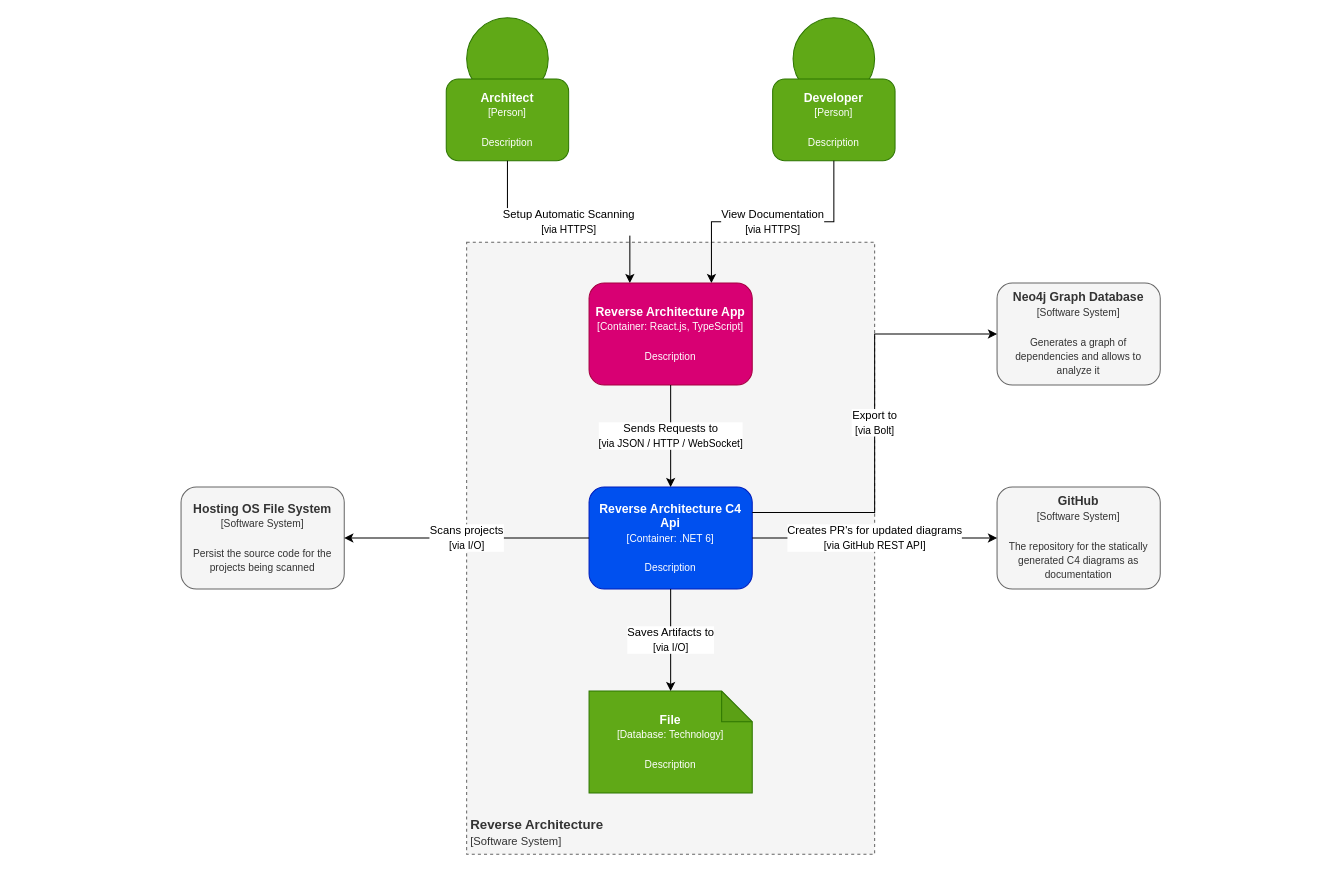
The draw.io diagram page "container" (2 of 4) of docs/architecture.drawio in JustMeGaaRa/reverse-architecture, before the edit. Source tidied: cells renumbered, new cells numbered last; positions are measured from the earlier drawing's top-left corner, leaving out a move shared by most shapes. Both pictures are drawn from the tidied source at 102%, with x=0, y=0 at pixel (181, 17).
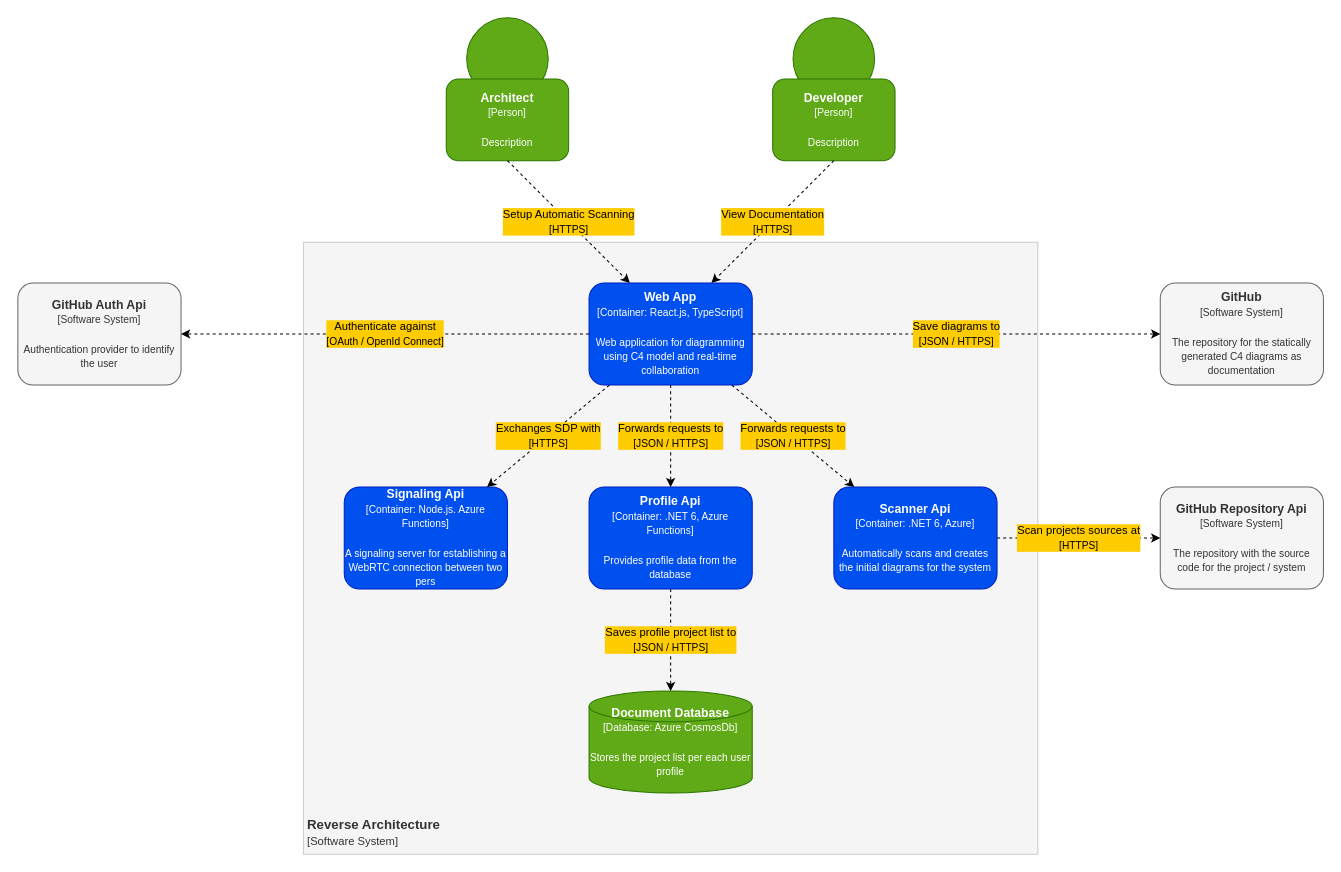
The same page after the edit.

The change refers to these unchanged cells:
```xml
<mxCell id="6" value="&lt;b&gt;Architect&lt;/b&gt;&lt;br&gt;&lt;font style=&quot;font-size: 10px&quot;&gt;[Person]&lt;br&gt;&lt;br&gt;Description&lt;/font&gt;" style="rounded=1;whiteSpace=wrap;html=1;fillColor=#60a917;strokeColor=#2D7600;fontColor=#ffffff;comic=0;" parent="4" vertex="1">
  <mxGeometry y="60" width="120" height="80" as="geometry" />
</mxCell>
<mxCell id="10" value="&lt;b&gt;Developer&lt;/b&gt;&lt;br&gt;&lt;font style=&quot;font-size: 10px&quot;&gt;[Person]&lt;br&gt;&lt;br&gt;Description&lt;/font&gt;" style="rounded=1;whiteSpace=wrap;html=1;fillColor=#60a917;strokeColor=#2D7600;fontColor=#ffffff;comic=0;" parent="8" vertex="1">
  <mxGeometry y="60" width="120" height="80" as="geometry" />
</mxCell>
```

What changed in the source:
```diff
@@
-    <mxCell id="2" value="&lt;b&gt;&lt;font style=&quot;font-size: 13px&quot;&gt;Reverse Architecture&lt;/font&gt;&lt;/b&gt;&lt;br style=&quot;font-size: 12px&quot;&gt;&lt;font style=&quot;font-size: 11px&quot;&gt;[Software System]&lt;/font&gt;" style="rounded=0;whiteSpace=wrap;html=1;dashed=1;verticalAlign=bottom;align=left;fontSize=12;fontColor=#333333;spacingBottom=4;spacingLeft=2;fillColor=#f5f5f5;strokeColor=#666666;" parent="1" vertex="1">
-      <mxGeometry x="280" y="220" width="400" height="600" as="geometry" />
+    <mxCell id="2" value="&lt;b&gt;&lt;font style=&quot;font-size: 13px&quot;&gt;Reverse Architecture&lt;/font&gt;&lt;/b&gt;&lt;br style=&quot;font-size: 12px&quot;&gt;&lt;font style=&quot;font-size: 11px&quot;&gt;[Software System]&lt;/font&gt;" style="rounded=0;whiteSpace=wrap;html=1;verticalAlign=bottom;align=left;fontSize=12;fontColor=#333333;spacingBottom=4;spacingLeft=2;fillColor=#f5f5f5;strokeColor=#CCCCCC;" parent="1" vertex="1">
+      <mxGeometry x="120" y="220" width="720" height="600" as="geometry" />
     </mxCell>
-    <mxCell id="3" value="&lt;b&gt;Reverse Architecture C4 Api&lt;br&gt;&lt;/b&gt;&lt;font style=&quot;font-size: 10px&quot;&gt;[Container: .NET 6]&lt;br&gt;&lt;br&gt;Description&lt;/font&gt;" style="rounded=1;whiteSpace=wrap;html=1;fillColor=#0050ef;strokeColor=#001DBC;fontColor=#ffffff;align=center;comic=0;" parent="1" vertex="1">
-      <mxGeometry x="400" y="460" width="160" height="100" as="geometry" />
+    <mxCell id="3" value="&lt;b&gt;Scanner Api&lt;br&gt;&lt;/b&gt;&lt;font style=&quot;font-size: 10px&quot;&gt;[Container: .NET 6, Azure]&lt;br&gt;&lt;br&gt;Automatically scans and creates the initial diagrams for the system&lt;/font&gt;" style="rounded=1;whiteSpace=wrap;html=1;fillColor=#0050ef;strokeColor=#001DBC;fontColor=#ffffff;align=center;comic=0;" parent="1" vertex="1">
+      <mxGeometry x="640" y="460" width="160" height="100" as="geometry" />
     </mxCell>
@@
-    <mxCell id="7" value="Setup Automatic Scanning&lt;br&gt;&lt;font style=&quot;font-size: 10px&quot;&gt;[via HTTPS]&lt;/font&gt;" style="endArrow=classic;html=1;edgeStyle=orthogonalEdgeStyle;rounded=0;flowAnimation=0;entryX=0.25;entryY=0;entryDx=0;entryDy=0;exitX=0.5;exitY=1;exitDx=0;exitDy=0;" parent="1" edge="1" source="6" target="17">
+    <mxCell id="7" value="Setup Automatic Scanning&lt;br&gt;&lt;font style=&quot;font-size: 10px&quot;&gt;[HTTPS]&lt;/font&gt;" style="endArrow=classic;html=1;rounded=0;flowAnimation=1;entryX=0.25;entryY=0;entryDx=0;entryDy=0;exitX=0.5;exitY=1;exitDx=0;exitDy=0;labelBackgroundColor=#FFCC00;dashed=1;" parent="1" edge="1" source="6" target="17">
       <mxGeometry relative="1" as="geometry" />
     </mxCell>
@@
-    <mxCell id="11" value="View Documentation&lt;br&gt;&lt;font style=&quot;font-size: 10px&quot;&gt;[via HTTPS]&lt;/font&gt;" style="endArrow=classic;html=1;edgeStyle=orthogonalEdgeStyle;rounded=0;flowAnimation=0;exitX=0.5;exitY=1;exitDx=0;exitDy=0;entryX=0.75;entryY=0;entryDx=0;entryDy=0;" parent="1" edge="1" source="10" target="17">
+    <mxCell id="11" value="View Documentation&lt;br&gt;&lt;font style=&quot;font-size: 10px&quot;&gt;[HTTPS]&lt;/font&gt;" style="endArrow=classic;html=1;rounded=0;flowAnimation=1;exitX=0.5;exitY=1;exitDx=0;exitDy=0;entryX=0.75;entryY=0;entryDx=0;entryDy=0;labelBackgroundColor=#FFCC00;dashed=1;" parent="1" edge="1" source="10" target="17">
       <mxGeometry relative="1" as="geometry" />
     </mxCell>
-    <mxCell id="12" value="&lt;b&gt;File&lt;/b&gt;&lt;br&gt;&lt;font style=&quot;font-size: 10px&quot;&gt;[Database: Technology]&lt;br&gt;&lt;br&gt;Description&lt;/font&gt;" style="shape=note;whiteSpace=wrap;html=1;backgroundOutline=1;darkOpacity=0.05;fillColor=#60a917;fontColor=#ffffff;strokeColor=#2D7600;" parent="1" vertex="1">
-      <mxGeometry x="400" y="660" width="160" height="100" as="geometry" />
-    </mxCell>
-    <mxCell id="13" value="&lt;b&gt;Hosting OS File System&lt;/b&gt;&lt;br&gt;&lt;font style=&quot;font-size: 10px&quot;&gt;[Software System]&lt;br&gt;&lt;br&gt;Persist the source code for the projects being scanned&lt;/font&gt;" style="rounded=1;whiteSpace=wrap;html=1;fillColor=#f5f5f5;strokeColor=#666666;fontColor=#333333;align=center;comic=0;" parent="1" vertex="1">
-      <mxGeometry y="460" width="160" height="100" as="geometry" />
-    </mxCell>
+    <mxCell id="17" value="&lt;b&gt;Web App&lt;br&gt;&lt;/b&gt;&lt;font style=&quot;font-size: 10px&quot;&gt;[Container: React.js, TypeScript]&lt;br&gt;&lt;br&gt;Web application for diagramming using C4 model and real-time collaboration&lt;/font&gt;" style="rounded=1;whiteSpace=wrap;html=1;fillColor=#0050ef;strokeColor=#001DBC;fontColor=#ffffff;align=center;comic=0;" parent="1" vertex="1">
+      <mxGeometry x="400" y="260" width="160" height="100" as="geometry" />
+    </mxCell>
+    <mxCell id="19" value="Saves profile project list to&lt;br&gt;&lt;font style=&quot;font-size: 10px&quot;&gt;[JSON / HTTPS]&lt;/font&gt;" style="endArrow=classic;html=1;rounded=0;flowAnimation=1;labelBackgroundColor=#FFCC00;dashed=1;" parent="1" edge="1" source="28" target="25">
+      <mxGeometry relative="1" as="geometry" />
+    </mxCell>
     <mxCell id="14" value="&lt;b&gt;GitHub&lt;/b&gt;&lt;br&gt;&lt;font style=&quot;font-size: 10px&quot;&gt;[Software System]&lt;br&gt;&lt;br&gt;The repository for the statically generated C4 diagrams as documentation&lt;/font&gt;" style="rounded=1;whiteSpace=wrap;html=1;fillColor=#f5f5f5;strokeColor=#666666;fontColor=#333333;align=center;comic=0;" parent="1" vertex="1">
-      <mxGeometry x="800" y="460" width="160" height="100" as="geometry" />
+      <mxGeometry x="960" y="260" width="160" height="100" as="geometry" />
     </mxCell>
-    <mxCell id="15" value="Scans projects&lt;br&gt;&lt;font style=&quot;font-size: 10px&quot;&gt;[via I/O]&lt;/font&gt;" style="endArrow=classic;html=1;edgeStyle=orthogonalEdgeStyle;rounded=0;flowAnimation=0;" parent="1" edge="1" source="3" target="13">
-      <mxGeometry relative="1" as="geometry" />
-    </mxCell>
-    <mxCell id="16" value="Creates PR's for updated diagrams&lt;br&gt;&lt;font style=&quot;font-size: 10px&quot;&gt;[via GitHub REST API]&lt;/font&gt;" style="endArrow=classic;html=1;edgeStyle=orthogonalEdgeStyle;rounded=0;flowAnimation=0;" parent="1" edge="1" source="3" target="14">
-      <mxGeometry relative="1" as="geometry" />
-    </mxCell>
-    <mxCell id="17" value="&lt;b&gt;Reverse Architecture App&lt;br&gt;&lt;/b&gt;&lt;font style=&quot;font-size: 10px&quot;&gt;[Container: React.js, TypeScript]&lt;br&gt;&lt;br&gt;Description&lt;/font&gt;" style="rounded=1;whiteSpace=wrap;html=1;fillColor=#d80073;strokeColor=#A50040;fontColor=#ffffff;align=center;comic=0;" parent="1" vertex="1">
-      <mxGeometry x="400" y="260" width="160" height="100" as="geometry" />
-    </mxCell>
+    <mxCell id="22" value="Save diagrams to&lt;br&gt;&lt;font style=&quot;font-size: 10px&quot;&gt;[JSON / HTTPS]&lt;/font&gt;" style="endArrow=classic;html=1;rounded=0;flowAnimation=1;labelBackgroundColor=#ffcc00;dashed=1;" parent="1" edge="1" source="17" target="14">
+      <mxGeometry relative="1" as="geometry" />
+    </mxCell>
+    <mxCell id="23" value="&lt;b&gt;GitHub Repository Api&lt;/b&gt;&lt;br&gt;&lt;font style=&quot;font-size: 10px&quot;&gt;[Software System]&lt;br&gt;&lt;br&gt;The repository with the source code for the project / system&lt;/font&gt;" style="rounded=1;whiteSpace=wrap;html=1;fillColor=#f5f5f5;strokeColor=#666666;fontColor=#333333;align=center;comic=0;" parent="1" vertex="1">
+      <mxGeometry x="960" y="460" width="160" height="100" as="geometry" />
+    </mxCell>
+    <mxCell id="24" value="Scan projects sources at&lt;br&gt;&lt;font style=&quot;font-size: 10px&quot;&gt;[HTTPS]&lt;/font&gt;" style="endArrow=classic;html=1;rounded=0;flowAnimation=1;labelBackgroundColor=#ffcc00;dashed=1;" parent="1" edge="1" source="3" target="23">
+      <mxGeometry relative="1" as="geometry" />
+    </mxCell>
+    <mxCell id="25" value="&lt;b&gt;Document Database&lt;/b&gt;&lt;br&gt;&lt;font style=&quot;font-size: 10px&quot;&gt;[Database: Azure CosmosDb]&lt;br&gt;&lt;br&gt;Stores the project list per each user profile&lt;/font&gt;" style="shape=cylinder2;whiteSpace=wrap;html=1;boundedLbl=1;backgroundOutline=1;size=15;fillColor=#60a917;strokeColor=#2D7600;fontColor=#ffffff;align=center;comic=0;points=[[0,0.5,0,0,0],[0.5,0,0,0,0],[0.5,1,0,0,0],[1,0.5,0,0,0]];" parent="1" vertex="1">
+      <mxGeometry x="400" y="660" width="160" height="100" as="geometry" />
+    </mxCell>
+    <mxCell id="26" value="&lt;b&gt;GitHub Auth Api&lt;/b&gt;&lt;br&gt;&lt;font style=&quot;font-size: 10px&quot;&gt;[Software System]&lt;br&gt;&lt;br&gt;Authentication provider to identify the user&lt;/font&gt;" style="rounded=1;whiteSpace=wrap;html=1;fillColor=#f5f5f5;strokeColor=#666666;fontColor=#333333;align=center;comic=0;" parent="1" vertex="1">
+      <mxGeometry x="-160" y="260" width="160" height="100" as="geometry" />
+    </mxCell>
+    <mxCell id="27" value="Authenticate against&lt;br&gt;&lt;font style=&quot;font-size: 10px&quot;&gt;[OAuth / OpenId Connect]&lt;/font&gt;" style="endArrow=classic;html=1;rounded=0;flowAnimation=1;labelBackgroundColor=#ffcc00;dashed=1;" parent="1" edge="1" source="17" target="26">
+      <mxGeometry relative="1" as="geometry" />
+    </mxCell>
-    <mxCell id="18" value="Sends Requests to&lt;br&gt;&lt;font style=&quot;font-size: 10px&quot;&gt;[via JSON / HTTP / WebSocket]&lt;/font&gt;" style="endArrow=classic;html=1;edgeStyle=orthogonalEdgeStyle;rounded=0;flowAnimation=0;" parent="1" edge="1" source="17" target="3">
+    <mxCell id="18" value="Forwards requests to&lt;br&gt;&lt;font style=&quot;font-size: 10px&quot;&gt;[JSON / HTTPS]&lt;/font&gt;" style="endArrow=classic;html=1;rounded=0;flowAnimation=1;labelBackgroundColor=#FFCC00;dashed=1;" parent="1" edge="1" source="17" target="3">
       <mxGeometry relative="1" as="geometry" />
     </mxCell>
-    <mxCell id="19" value="Saves Artifacts to&lt;br&gt;&lt;font style=&quot;font-size: 10px&quot;&gt;[via I/O]&lt;/font&gt;" style="endArrow=classic;html=1;edgeStyle=orthogonalEdgeStyle;rounded=0;flowAnimation=0;" parent="1" edge="1" source="3" target="12">
-      <mxGeometry relative="1" as="geometry" />
-    </mxCell>
-    <mxCell id="20" value="&lt;b&gt;Neo4j Graph Database&lt;/b&gt;&lt;br&gt;&lt;font style=&quot;font-size: 10px&quot;&gt;[Software System]&lt;br&gt;&lt;br&gt;Generates a graph of dependencies and allows to analyze it&lt;br&gt;&lt;/font&gt;" style="rounded=1;whiteSpace=wrap;html=1;fillColor=#f5f5f5;strokeColor=#666666;fontColor=#333333;align=center;comic=0;" parent="1" vertex="1">
-      <mxGeometry x="800" y="260" width="160" height="100" as="geometry" />
-    </mxCell>
-    <mxCell id="21" value="Export to&lt;br&gt;&lt;font style=&quot;font-size: 10px&quot;&gt;[via Bolt]&lt;/font&gt;" style="endArrow=classic;html=1;edgeStyle=orthogonalEdgeStyle;rounded=0;flowAnimation=0;exitX=1;exitY=0.25;exitDx=0;exitDy=0;entryX=0;entryY=0.5;entryDx=0;entryDy=0;" parent="1" edge="1" source="3" target="20">
-      <mxGeometry relative="1" as="geometry" />
-    </mxCell>
+    <mxCell id="28" value="&lt;b&gt;Profile Api&lt;br&gt;&lt;/b&gt;&lt;font style=&quot;font-size: 10px&quot;&gt;[Container: .NET 6, Azure Functions]&lt;br&gt;&lt;br&gt;Provides profile data from the database&lt;/font&gt;" style="rounded=1;whiteSpace=wrap;html=1;fillColor=#0050ef;strokeColor=#001DBC;fontColor=#ffffff;align=center;comic=0;" parent="1" vertex="1">
+      <mxGeometry x="400" y="460" width="160" height="100" as="geometry" />
+    </mxCell>
+    <mxCell id="29" value="Forwards requests to&lt;br&gt;&lt;font style=&quot;font-size: 10px&quot;&gt;[JSON / HTTPS]&lt;/font&gt;" style="endArrow=classic;html=1;rounded=0;flowAnimation=1;labelBackgroundColor=#FFCC00;dashed=1;" parent="1" edge="1" source="17" target="28">
+      <mxGeometry relative="1" as="geometry" />
+    </mxCell>
+    <mxCell id="30" value="&lt;b&gt;Signaling Api&lt;br&gt;&lt;/b&gt;&lt;font style=&quot;font-size: 10px&quot;&gt;[Container: Node.js. Azure Functions]&lt;br&gt;&lt;br&gt;A signaling server for establishing a WebRTC connection between two pers&lt;/font&gt;" style="rounded=1;whiteSpace=wrap;html=1;fillColor=#0050ef;strokeColor=#001DBC;fontColor=#ffffff;align=center;comic=0;" parent="1" vertex="1">
+      <mxGeometry x="160" y="460" width="160" height="100" as="geometry" />
+    </mxCell>
+    <mxCell id="31" value="Exchanges SDP with&lt;br&gt;&lt;font style=&quot;font-size: 10px&quot;&gt;[HTTPS]&lt;/font&gt;" style="endArrow=classic;html=1;rounded=0;flowAnimation=1;labelBackgroundColor=#FFCC00;dashed=1;" parent="1" edge="1" source="17" target="30">
+      <mxGeometry relative="1" as="geometry" />
+    </mxCell>
```
